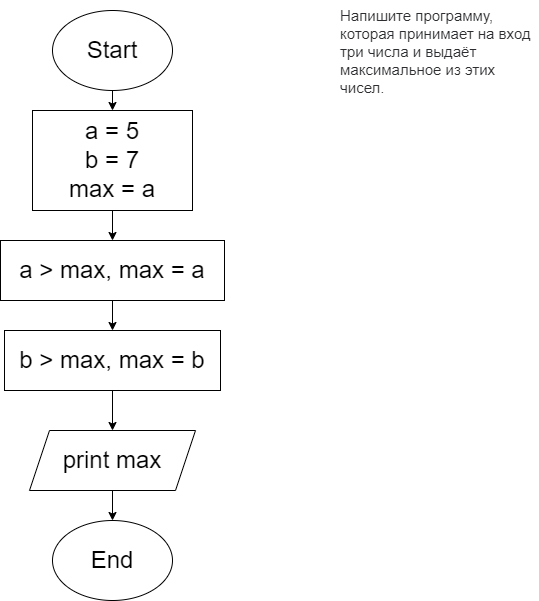
DmitriyMorin/HomeWork keeps this draw.io diagram as Task102/diagram.drawio.png. Above is the earlier version. Source tidied: cells renumbered, new cells last; positions are measured from the earlier drawing's top-left corner, leaving out a move shared by most shapes. Its diagram source:
```xml
<mxGraphModel>
  <root>
    <mxCell id="0" />
    <mxCell id="1" parent="0" />
    <mxCell id="2" value="&lt;span style=&quot;color: rgb(44, 45, 48); font-family: roboto, &amp;quot;san francisco&amp;quot;, &amp;quot;helvetica neue&amp;quot;, helvetica, arial; font-size: 15px; font-style: normal; font-weight: 400; letter-spacing: normal; text-indent: 0px; text-transform: none; word-spacing: 0px; background-color: rgb(255, 255, 255); display: inline; float: none;&quot;&gt;Напишите программу, которая принимает на вход три числа и выдаёт максимальное из этих чисел.&lt;/span&gt;" style="text;whiteSpace=wrap;html=1;" parent="1" vertex="1">
      <mxGeometry x="338" width="200" height="100" as="geometry" />
    </mxCell>
    <mxCell id="3" style="edgeStyle=none;html=1;exitX=0.5;exitY=1;exitDx=0;exitDy=0;entryX=0.5;entryY=0;entryDx=0;entryDy=0;fontSize=24;" parent="1" edge="1" source="4" target="6">
      <mxGeometry relative="1" as="geometry" />
    </mxCell>
    <mxCell id="4" value="Start" style="ellipse;whiteSpace=wrap;html=1;fontSize=24;" parent="1" vertex="1">
      <mxGeometry x="52" y="10" width="120" height="80" as="geometry" />
    </mxCell>
    <mxCell id="5" style="edgeStyle=none;html=1;exitX=0.5;exitY=1;exitDx=0;exitDy=0;entryX=0.5;entryY=0;entryDx=0;entryDy=0;fontSize=24;" parent="1" edge="1" source="6" target="8">
      <mxGeometry relative="1" as="geometry" />
    </mxCell>
    <mxCell id="6" value="a = 5&lt;br&gt;b = 7&lt;br&gt;max = a" style="rounded=0;whiteSpace=wrap;html=1;fontSize=24;" parent="1" vertex="1">
      <mxGeometry x="32" y="110" width="160" height="100" as="geometry" />
    </mxCell>
    <mxCell id="7" style="edgeStyle=none;html=1;exitX=0.5;exitY=1;exitDx=0;exitDy=0;entryX=0.5;entryY=0;entryDx=0;entryDy=0;fontSize=24;" parent="1" edge="1" source="8" target="13">
      <mxGeometry relative="1" as="geometry" />
    </mxCell>
    <mxCell id="8" value="a &amp;gt; max, max = a" style="rounded=0;whiteSpace=wrap;html=1;fontSize=24;" parent="1" vertex="1">
      <mxGeometry y="240" width="224" height="60" as="geometry" />
    </mxCell>
    <mxCell id="9" style="edgeStyle=none;html=1;exitX=0.5;exitY=1;exitDx=0;exitDy=0;entryX=0.5;entryY=0;entryDx=0;entryDy=0;fontSize=24;" parent="1" edge="1" source="10" target="11">
      <mxGeometry relative="1" as="geometry" />
    </mxCell>
    <mxCell id="10" value="print max" style="shape=parallelogram;perimeter=parallelogramPerimeter;whiteSpace=wrap;html=1;fixedSize=1;fontSize=24;" parent="1" vertex="1">
      <mxGeometry x="29" y="430" width="166" height="60" as="geometry" />
    </mxCell>
    <mxCell id="11" value="End" style="ellipse;whiteSpace=wrap;html=1;fontSize=24;" parent="1" vertex="1">
      <mxGeometry x="52" y="520" width="120" height="80" as="geometry" />
    </mxCell>
    <mxCell id="12" style="edgeStyle=none;html=1;exitX=0.5;exitY=1;exitDx=0;exitDy=0;entryX=0.5;entryY=0;entryDx=0;entryDy=0;fontSize=24;" parent="1" edge="1" source="13" target="10">
      <mxGeometry relative="1" as="geometry" />
    </mxCell>
    <mxCell id="13" value="b &amp;gt; max, max = b" style="rounded=0;whiteSpace=wrap;html=1;fontSize=24;" parent="1" vertex="1">
      <mxGeometry x="4" y="330" width="216" height="60" as="geometry" />
    </mxCell>
  </root>
</mxGraphModel>
```
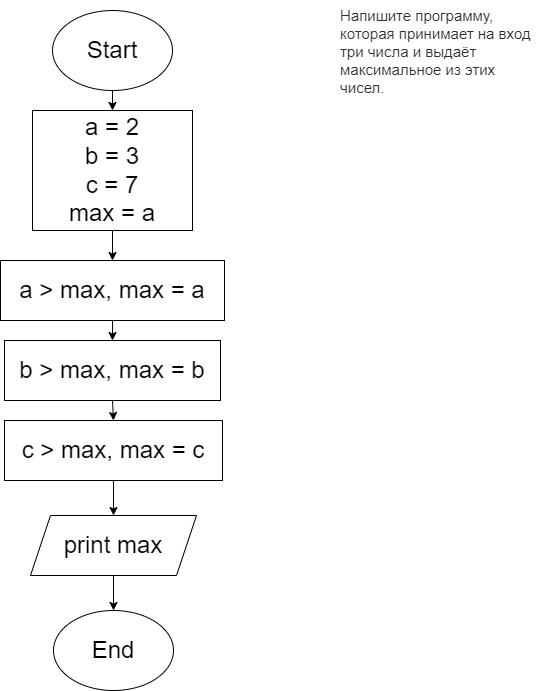
The same diagram one commit later.

The edit, as a diff of the source:
```diff
@@ -14,29 +14,35 @@
     <mxCell id="5" style="edgeStyle=none;html=1;exitX=0.5;exitY=1;exitDx=0;exitDy=0;entryX=0.5;entryY=0;entryDx=0;entryDy=0;fontSize=24;" parent="1" edge="1" source="6" target="8">
       <mxGeometry relative="1" as="geometry" />
     </mxCell>
-    <mxCell id="6" value="a = 5&lt;br&gt;b = 7&lt;br&gt;max = a" style="rounded=0;whiteSpace=wrap;html=1;fontSize=24;" parent="1" vertex="1">
-      <mxGeometry x="32" y="110" width="160" height="100" as="geometry" />
+    <mxCell id="6" value="a = 2&lt;br&gt;b = 3&lt;br&gt;c = 7&lt;br&gt;max = a" style="rounded=0;whiteSpace=wrap;html=1;fontSize=24;" parent="1" vertex="1">
+      <mxGeometry x="32" y="110" width="160" height="120" as="geometry" />
     </mxCell>
     <mxCell id="7" style="edgeStyle=none;html=1;exitX=0.5;exitY=1;exitDx=0;exitDy=0;entryX=0.5;entryY=0;entryDx=0;entryDy=0;fontSize=24;" parent="1" edge="1" source="8" target="13">
       <mxGeometry relative="1" as="geometry" />
     </mxCell>
     <mxCell id="8" value="a &amp;gt; max, max = a" style="rounded=0;whiteSpace=wrap;html=1;fontSize=24;" parent="1" vertex="1">
-      <mxGeometry y="240" width="224" height="60" as="geometry" />
+      <mxGeometry y="260" width="224" height="60" as="geometry" />
     </mxCell>
     <mxCell id="9" style="edgeStyle=none;html=1;exitX=0.5;exitY=1;exitDx=0;exitDy=0;entryX=0.5;entryY=0;entryDx=0;entryDy=0;fontSize=24;" parent="1" edge="1" source="10" target="11">
       <mxGeometry relative="1" as="geometry" />
     </mxCell>
     <mxCell id="10" value="print max" style="shape=parallelogram;perimeter=parallelogramPerimeter;whiteSpace=wrap;html=1;fixedSize=1;fontSize=24;" parent="1" vertex="1">
-      <mxGeometry x="29" y="430" width="166" height="60" as="geometry" />
+      <mxGeometry x="30" y="515" width="166" height="60" as="geometry" />
     </mxCell>
     <mxCell id="11" value="End" style="ellipse;whiteSpace=wrap;html=1;fontSize=24;" parent="1" vertex="1">
-      <mxGeometry x="52" y="520" width="120" height="80" as="geometry" />
+      <mxGeometry x="53" y="610" width="120" height="80" as="geometry" />
     </mxCell>
-    <mxCell id="12" style="edgeStyle=none;html=1;exitX=0.5;exitY=1;exitDx=0;exitDy=0;entryX=0.5;entryY=0;entryDx=0;entryDy=0;fontSize=24;" parent="1" edge="1" source="13" target="10">
-      <mxGeometry relative="1" as="geometry" />
-    </mxCell>
+    <mxCell id="14" style="edgeStyle=none;html=1;exitX=0.5;exitY=1;exitDx=0;exitDy=0;entryX=0.5;entryY=0;entryDx=0;entryDy=0;fontSize=24;" parent="1" edge="1" source="13" target="16">
+      <mxGeometry relative="1" as="geometry" />
+    </mxCell>
     <mxCell id="13" value="b &amp;gt; max, max = b" style="rounded=0;whiteSpace=wrap;html=1;fontSize=24;" parent="1" vertex="1">
-      <mxGeometry x="4" y="330" width="216" height="60" as="geometry" />
+      <mxGeometry x="4" y="340" width="216" height="60" as="geometry" />
     </mxCell>
+    <mxCell id="15" style="edgeStyle=none;html=1;exitX=0.5;exitY=1;exitDx=0;exitDy=0;entryX=0.5;entryY=0;entryDx=0;entryDy=0;fontSize=24;" parent="1" edge="1" source="16" target="10">
+      <mxGeometry relative="1" as="geometry" />
+    </mxCell>
+    <mxCell id="16" value="c &amp;gt; max, max = c" style="rounded=0;whiteSpace=wrap;html=1;fontSize=24;" parent="1" vertex="1">
+      <mxGeometry x="4" y="420" width="218" height="60" as="geometry" />
+    </mxCell>
   </root>
 </mxGraphModel>
```
